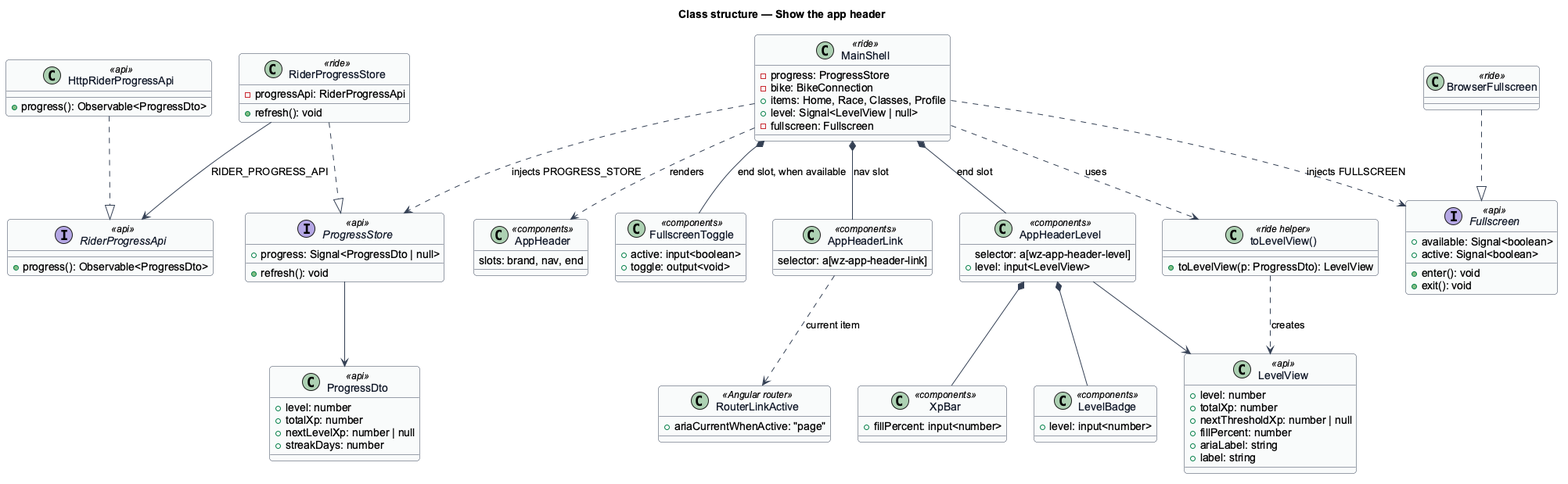
QuinntyneBrown/ride-one keeps this PlantUML diagram as docs/detailed-designs/home/show-the-app-header/diagrams/class-structure.png. Above is the earlier version.
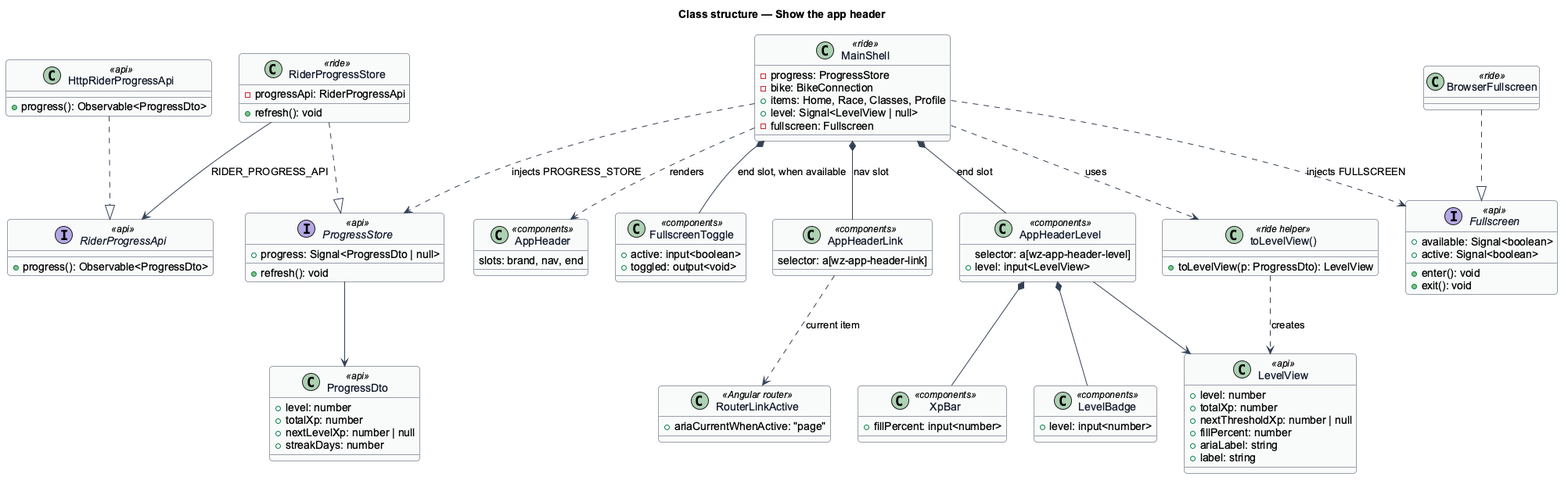
After the change.

What changed in the source:
```diff
@@ -46,7 +46,7 @@
 }
 class FullscreenToggle <<components>> {
   +active: input<boolean>
-  +toggle: output<void>
+  +toggled: output<void>
 }
 interface Fullscreen <<api>> {
   +available: Signal<boolean>
```
